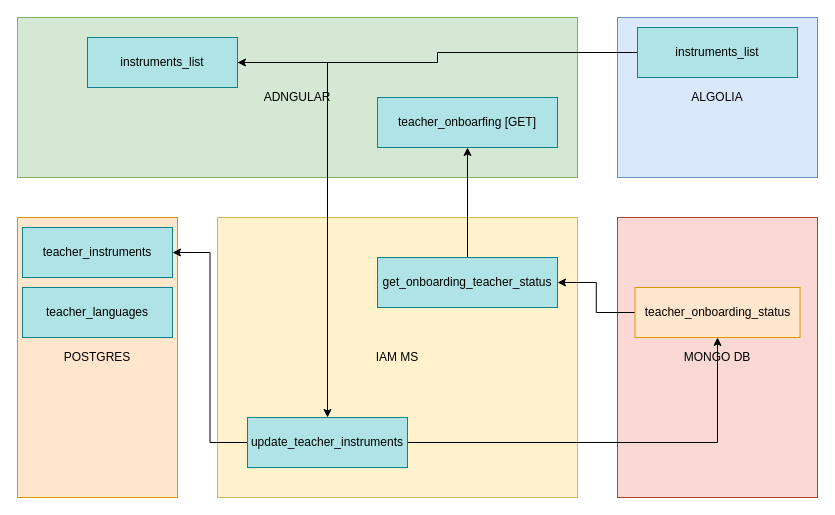
This is onboarding.drawio from AndrewLaring/kn, a draw.io file, before an edit. Source tidied: cells renumbered, new cells numbered last; positions are measured from the earlier drawing's top-left corner, leaving out a move shared by most shapes. Both pictures are drawn from the tidied source at 100%, with x=0, y=0 at pixel (17, 17).
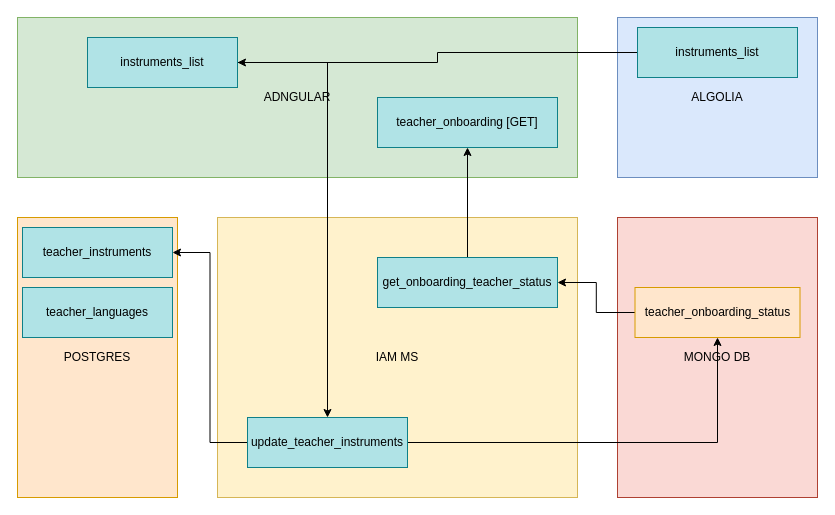
The same diagram, later.

Diff of the diagram source:
```diff
@@
-    <mxCell id="20" value="teacher_onboarfing [GET]" style="rounded=0;whiteSpace=wrap;html=1;fillColor=#b0e3e6;strokeColor=#0e8088;" parent="1" vertex="1">
+    <mxCell id="20" value="teacher_onboarding [GET]" style="rounded=0;whiteSpace=wrap;html=1;fillColor=#b0e3e6;strokeColor=#0e8088;" parent="1" vertex="1">
       <mxGeometry x="360" y="80" width="180" height="50" as="geometry" />
     </mxCell>
```
